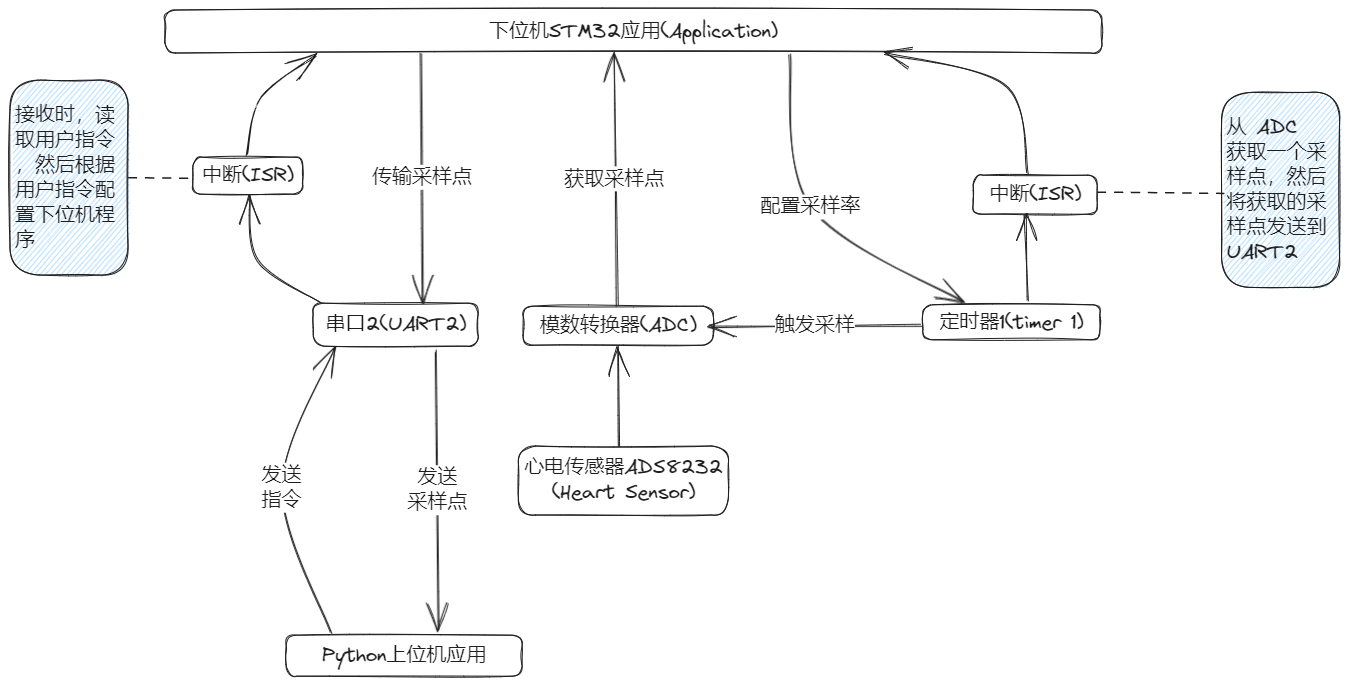
Earlier version of the Excalidraw export 使用stm32开发心电监测仪/images/硬件架构图.png (confucianzuoyuan/embedded-tutorial). Source tidied: one line per element, renumbered; positions are measured from the earlier drawing's top-left corner, leaving out a move shared by most shapes. The source it was exported from:
```json
{"id": 0, "type": "rectangle", "strokeColor": "#1e1e1e", "strokeWidth": 1, "roughness": 1, "round": true, "x": 155, "y": 0, "width": 937, "height": 43}
{"id": 1, "type": "text", "text": "下位机STM32应用(Application)", "strokeColor": "#1e1e1e", "strokeWidth": 1, "roughness": 1, "fontSize": 20, "fontFamily": 1, "textAlign": "center", "verticalAlign": "middle", "inside": 0, "x": 479, "y": 9, "width": 288, "height": 25}
{"id": 2, "type": "rectangle", "strokeColor": "#1e1e1e", "strokeWidth": 1, "roughness": 1, "round": true, "x": 183, "y": 147, "width": 110, "height": 37}
{"id": 3, "type": "text", "text": "中断(ISR)", "strokeColor": "#1e1e1e", "strokeWidth": 1, "roughness": 1, "fontSize": 20, "fontFamily": 1, "textAlign": "center", "verticalAlign": "middle", "inside": 2, "x": 192, "y": 153, "width": 92, "height": 25}
{"id": 4, "type": "rectangle", "strokeColor": "#1e1e1e", "strokeWidth": 1, "roughness": 1, "round": true, "x": 963, "y": 165, "width": 124, "height": 39}
{"id": 5, "type": "text", "text": "中断(ISR)", "strokeColor": "#1e1e1e", "strokeWidth": 1, "roughness": 1, "fontSize": 20, "fontFamily": 1, "textAlign": "center", "verticalAlign": "middle", "inside": 4, "x": 979, "y": 172, "width": 92, "height": 25}
{"id": 6, "type": "rectangle", "strokeColor": "#1e1e1e", "strokeWidth": 1, "roughness": 1, "round": true, "x": 913, "y": 295, "width": 177, "height": 35}
{"id": 7, "type": "text", "text": "定时器1(timer 1)", "strokeColor": "#1e1e1e", "strokeWidth": 1, "roughness": 1, "fontSize": 20, "fontFamily": 1, "textAlign": "center", "verticalAlign": "middle", "inside": 6, "x": 929, "y": 300, "width": 144, "height": 25}
{"id": 8, "type": "rectangle", "strokeColor": "#1e1e1e", "strokeWidth": 1, "roughness": 1, "round": true, "x": 508, "y": 436, "width": 210, "height": 69}
{"id": 9, "type": "text", "text": "心电传感器ADS8232\n(Heart Sensor)", "strokeColor": "#1e1e1e", "strokeWidth": 1, "roughness": 1, "fontSize": 20, "fontFamily": 1, "textAlign": "center", "verticalAlign": "middle", "inside": 8, "x": 514, "y": 445, "width": 198, "height": 50}
{"id": 10, "type": "rectangle", "strokeColor": "#1e1e1e", "strokeWidth": 1, "roughness": 1, "round": true, "x": 513, "y": 296, "width": 190, "height": 39}
{"id": 11, "type": "text", "text": "模数转换器(ADC)", "strokeColor": "#1e1e1e", "strokeWidth": 1, "roughness": 1, "fontSize": 20, "fontFamily": 1, "textAlign": "center", "verticalAlign": "middle", "inside": 10, "x": 530, "y": 303, "width": 157, "height": 25}
{"id": 12, "type": "rectangle", "strokeColor": "#1e1e1e", "strokeWidth": 1, "roughness": 1, "round": true, "x": 276, "y": 625, "width": 236, "height": 41}
{"id": 13, "type": "text", "text": "Python上位机应用", "strokeColor": "#1e1e1e", "strokeWidth": 1, "roughness": 1, "fontSize": 20, "fontFamily": 1, "textAlign": "center", "verticalAlign": "middle", "inside": 12, "x": 312, "y": 633, "width": 164, "height": 25}
{"id": 14, "type": "arrow", "strokeColor": "#1e1e1e", "angle": 0.04, "strokeWidth": 1, "roughness": 1, "endArrowhead": "arrow", "round": true, "from": 2, "to": 0, "x": 239, "y": 147, "width": 64, "height": 103, "points": [[0, 0], [11, -59], [64, -103]]}
{"id": 15, "type": "rectangle", "strokeColor": "#1e1e1e", "strokeWidth": 1, "roughness": 1, "round": true, "x": 303, "y": 293, "width": 165, "height": 43}
{"id": 16, "type": "text", "text": "串口2(UART2)", "strokeColor": "#1e1e1e", "strokeWidth": 1, "roughness": 1, "fontSize": 20, "fontFamily": 1, "textAlign": "center", "verticalAlign": "middle", "inside": 15, "x": 315, "y": 302, "width": 141, "height": 25}
{"id": 17, "type": "arrow", "strokeColor": "#1e1e1e", "strokeWidth": 1, "roughness": 1, "endArrowhead": "arrow", "round": true, "from": 15, "to": 2, "x": 310, "y": 293, "width": 70, "height": 107, "points": [[0, 0], [-62, -43], [-70, -107]]}
{"id": 18, "type": "arrow", "strokeColor": "#1e1e1e", "strokeWidth": 1, "roughness": 1, "endArrowhead": "arrow", "round": true, "to": 15, "x": 411, "y": 42, "width": 2, "height": 250, "points": [[0, 0], [2, 250]]}
{"id": 19, "type": "text", "text": "传输采样点", "strokeColor": "#1e1e1e", "strokeWidth": 1, "roughness": 1, "fontSize": 20, "fontFamily": 1, "textAlign": "center", "verticalAlign": "middle", "inside": 18, "x": 362, "y": 155, "width": 100, "height": 25}
{"id": 20, "type": "arrow", "strokeColor": "#1e1e1e", "strokeWidth": 1, "roughness": 1, "endArrowhead": "arrow", "round": true, "x": 606, "y": 297, "width": 3, "height": 255, "points": [[0, 0], [-3, -255]]}
{"id": 21, "type": "text", "text": "获取采样点", "strokeColor": "#1e1e1e", "strokeWidth": 1, "roughness": 1, "fontSize": 20, "fontFamily": 1, "textAlign": "center", "verticalAlign": "middle", "inside": 20, "x": 554, "y": 157, "width": 100, "height": 25}
{"id": 22, "type": "arrow", "strokeColor": "#1e1e1e", "strokeWidth": 1, "roughness": 1, "endArrowhead": "arrow", "round": true, "to": 10, "x": 609, "y": 436, "width": 2, "height": 99, "points": [[0, 0], [-2, -99]]}
{"id": 23, "type": "arrow", "strokeColor": "#1e1e1e", "strokeWidth": 1, "roughness": 1, "endArrowhead": "arrow", "round": true, "from": 6, "x": 912, "y": 314, "width": 214, "height": 2, "points": [[0, 0], [-214, 2]]}
{"id": 24, "type": "text", "text": "触发采样", "strokeColor": "#1e1e1e", "strokeWidth": 1, "roughness": 1, "fontSize": 20, "fontFamily": 1, "textAlign": "center", "verticalAlign": "middle", "inside": 23, "x": 765, "y": 303, "width": 80, "height": 25}
{"id": 25, "type": "arrow", "strokeColor": "#1e1e1e", "strokeWidth": 1, "roughness": 1, "endArrowhead": "arrow", "round": true, "from": 4, "to": 0, "x": 1018, "y": 164, "width": 145, "height": 120, "points": [[0, 0], [-23, -88], [-145, -120]]}
{"id": 26, "type": "arrow", "strokeColor": "#1e1e1e", "strokeWidth": 1, "roughness": 1, "endArrowhead": "arrow", "round": true, "from": 0, "to": 6, "x": 780, "y": 43, "width": 176, "height": 249, "points": [[0, 0], [21, 154], [176, 249]]}
{"id": 27, "type": "text", "text": "配置采样率", "strokeColor": "#1e1e1e", "strokeWidth": 1, "roughness": 1, "fontSize": 20, "fontFamily": 1, "textAlign": "center", "verticalAlign": "middle", "inside": 26, "x": 750, "y": 184, "width": 100, "height": 25}
{"id": 28, "type": "arrow", "strokeColor": "#1e1e1e", "strokeWidth": 1, "roughness": 1, "endArrowhead": "arrow", "round": true, "from": 6, "x": 1018, "y": 291, "width": 3, "height": 87, "points": [[0, 0], [-3, -87]]}
{"id": 29, "type": "rectangle", "strokeColor": "#1e1e1e", "backgroundColor": "#a5d8ff", "fillStyle": "hachure", "strokeWidth": 1, "roughness": 1, "round": true, "x": 1212, "y": 82, "width": 118, "height": 195}
{"id": 30, "type": "text", "text": "从 ADC \n获取一个采\n样点，然后\n将获取的采\n样点发送到\nUART2", "strokeColor": "#1e1e1e", "backgroundColor": "#a5d8ff", "fillStyle": "hachure", "strokeWidth": 1, "strokeStyle": "dashed", "roughness": 1, "fontSize": 20, "fontFamily": 1, "verticalAlign": "middle", "inside": 29, "x": 1217, "y": 105, "width": 100, "height": 150}
{"id": 31, "type": "line", "strokeColor": "#1e1e1e", "strokeWidth": 1, "strokeStyle": "dashed", "roughness": 1, "round": true, "x": 1087, "y": 183, "width": 126, "height": 0, "points": [[0, 0], [126, 0]]}
{"id": 32, "type": "arrow", "strokeColor": "#1e1e1e", "backgroundColor": "#a5d8ff", "fillStyle": "hachure", "strokeWidth": 1, "roughness": 1, "endArrowhead": "arrow", "round": true, "from": 15, "to": 12, "x": 425, "y": 340, "width": 4, "height": 280, "points": [[0, 0], [4, 280]]}
{"id": 33, "type": "text", "text": "发送\n采样点", "strokeColor": "#1e1e1e", "backgroundColor": "#a5d8ff", "fillStyle": "hachure", "strokeWidth": 1, "roughness": 1, "fontSize": 20, "fontFamily": 1, "textAlign": "center", "verticalAlign": "middle", "inside": 32, "x": 397, "y": 455, "width": 60, "height": 50}
{"id": 34, "type": "arrow", "strokeColor": "#1e1e1e", "backgroundColor": "#a5d8ff", "fillStyle": "hachure", "strokeWidth": 1, "roughness": 1, "endArrowhead": "arrow", "round": true, "from": 12, "to": 15, "x": 322, "y": 624, "width": 54, "height": 287, "points": [[0, 0], [-50, -146], [3, -287]]}
{"id": 35, "type": "text", "text": "发送\n指令", "strokeColor": "#1e1e1e", "backgroundColor": "#a5d8ff", "fillStyle": "hachure", "strokeWidth": 1, "roughness": 1, "fontSize": 20, "fontFamily": 1, "textAlign": "center", "verticalAlign": "middle", "inside": 34, "x": 252, "y": 453, "width": 40, "height": 50}
{"id": 36, "type": "line", "strokeColor": "#1e1e1e", "backgroundColor": "#a5d8ff", "fillStyle": "hachure", "strokeWidth": 1, "strokeStyle": "dashed", "roughness": 1, "round": true, "x": 118, "y": 168, "width": 65, "height": 0, "points": [[0, 0], [65, 0]]}
{"id": 37, "type": "rectangle", "strokeColor": "#1e1e1e", "backgroundColor": "#a5d8ff", "fillStyle": "hachure", "strokeWidth": 1, "roughness": 1, "round": true, "x": 0, "y": 70, "width": 118, "height": 195}
{"id": 38, "type": "text", "text": "接收时，读\n取用户指令\n，然后根据\n用户指令配\n置下位机程\n序", "strokeColor": "#1e1e1e", "backgroundColor": "#a5d8ff", "fillStyle": "hachure", "strokeWidth": 1, "strokeStyle": "dashed", "roughness": 1, "fontSize": 20, "fontFamily": 1, "verticalAlign": "middle", "inside": 37, "x": 5, "y": 93, "width": 100, "height": 150}
```
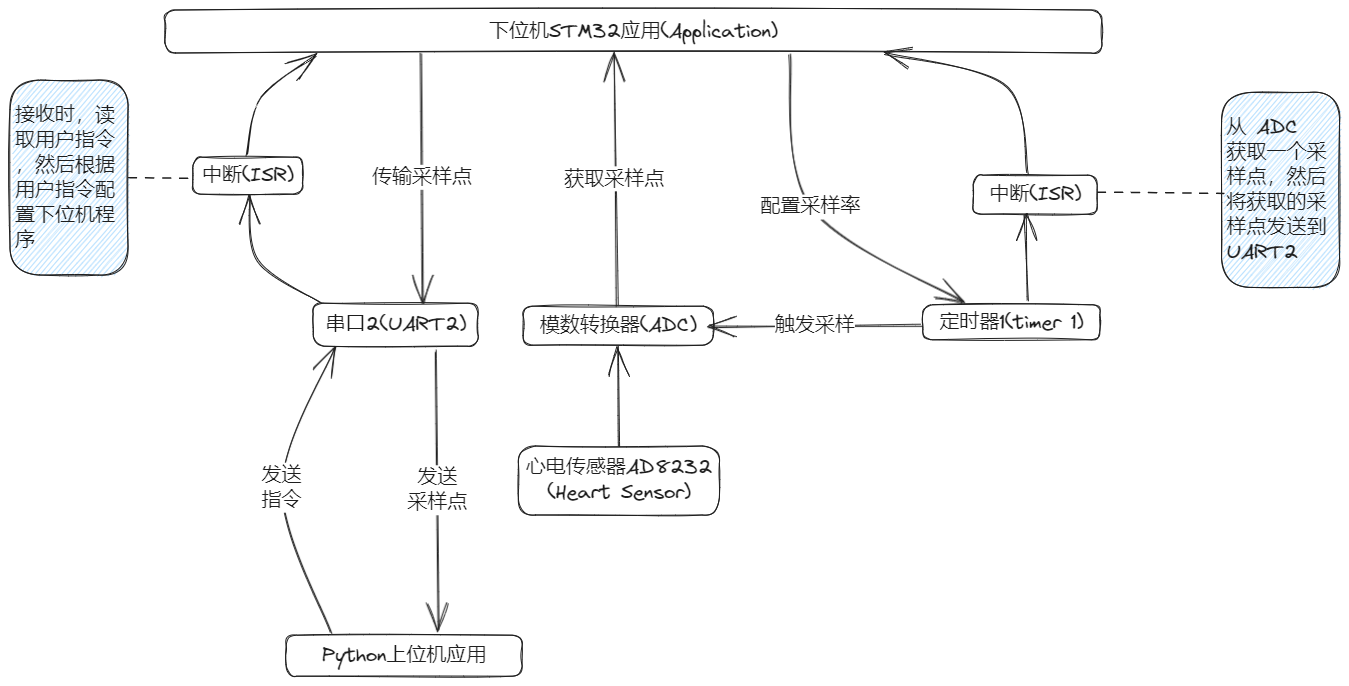
Above is the later version.

The edit, as a diff of the source:
```diff
@@ -6,8 +6,8 @@
 {"id": 5, "type": "text", "text": "中断(ISR)", "strokeColor": "#1e1e1e", "strokeWidth": 1, "roughness": 1, "fontSize": 20, "fontFamily": 1, "textAlign": "center", "verticalAlign": "middle", "inside": 4, "x": 979, "y": 172, "width": 92, "height": 25}
 {"id": 6, "type": "rectangle", "strokeColor": "#1e1e1e", "strokeWidth": 1, "roughness": 1, "round": true, "x": 913, "y": 295, "width": 177, "height": 35}
 {"id": 7, "type": "text", "text": "定时器1(timer 1)", "strokeColor": "#1e1e1e", "strokeWidth": 1, "roughness": 1, "fontSize": 20, "fontFamily": 1, "textAlign": "center", "verticalAlign": "middle", "inside": 6, "x": 929, "y": 300, "width": 144, "height": 25}
-{"id": 8, "type": "rectangle", "strokeColor": "#1e1e1e", "strokeWidth": 1, "roughness": 1, "round": true, "x": 508, "y": 436, "width": 210, "height": 69}
+{"id": 8, "type": "rectangle", "strokeColor": "#1e1e1e", "strokeWidth": 1, "roughness": 1, "round": true, "x": 508, "y": 436, "width": 201, "height": 69}
-{"id": 9, "type": "text", "text": "心电传感器ADS8232\n(Heart Sensor)", "strokeColor": "#1e1e1e", "strokeWidth": 1, "roughness": 1, "fontSize": 20, "fontFamily": 1, "textAlign": "center", "verticalAlign": "middle", "inside": 8, "x": 514, "y": 445, "width": 198, "height": 50}
+{"id": 9, "type": "text", "text": "心电传感器AD8232\n(Heart Sensor)", "strokeColor": "#1e1e1e", "strokeWidth": 1, "roughness": 1, "fontSize": 20, "fontFamily": 1, "textAlign": "center", "verticalAlign": "middle", "inside": 8, "x": 516, "y": 445, "width": 186, "height": 50}
 {"id": 10, "type": "rectangle", "strokeColor": "#1e1e1e", "strokeWidth": 1, "roughness": 1, "round": true, "x": 513, "y": 296, "width": 190, "height": 39}
 {"id": 11, "type": "text", "text": "模数转换器(ADC)", "strokeColor": "#1e1e1e", "strokeWidth": 1, "roughness": 1, "fontSize": 20, "fontFamily": 1, "textAlign": "center", "verticalAlign": "middle", "inside": 10, "x": 530, "y": 303, "width": 157, "height": 25}
 {"id": 12, "type": "rectangle", "strokeColor": "#1e1e1e", "strokeWidth": 1, "roughness": 1, "round": true, "x": 276, "y": 625, "width": 236, "height": 41}
```
